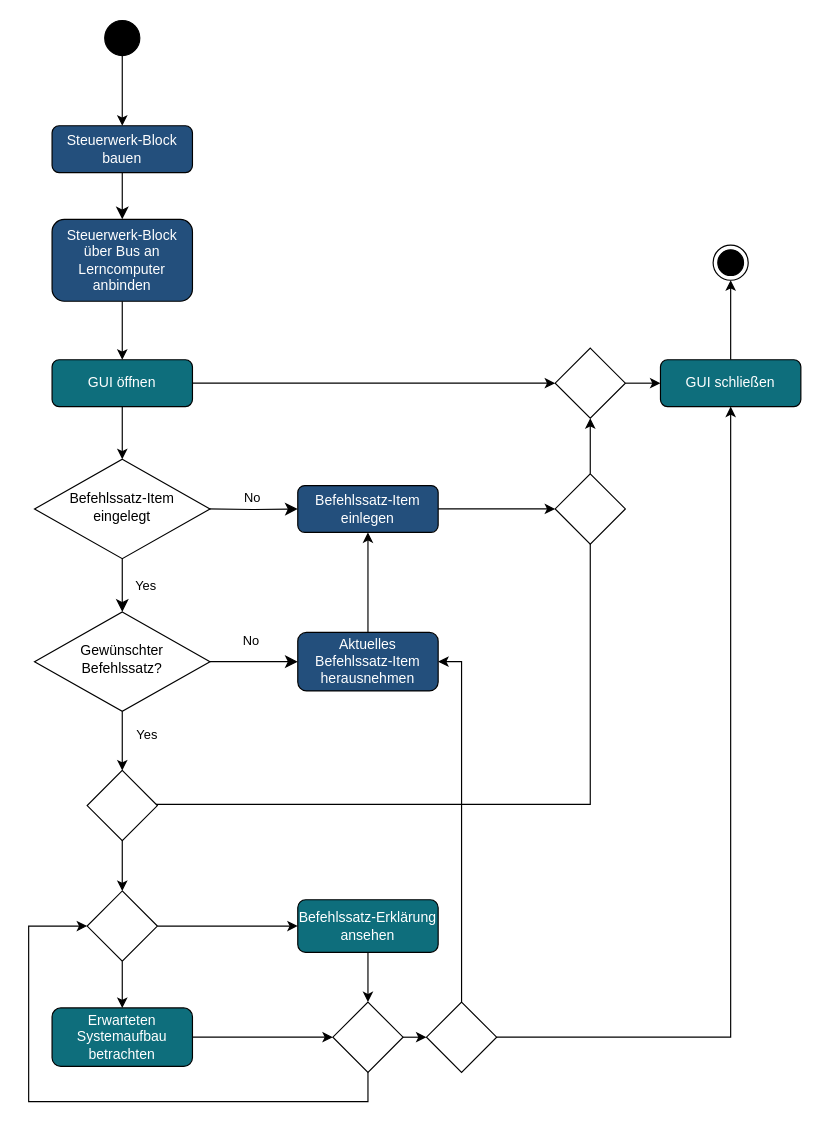
The draw.io diagram AktivitaetsdiagrammSteuerwerk.drawio in LundiNord/RISCJ-Diagramms, before the edit. Source tidied: cells renumbered, new cells numbered last; positions are measured from the earlier drawing's top-left corner, leaving out a move shared by most shapes. Both pictures are drawn from the tidied source at 117%, with x=0, y=0 at pixel (28, 20).
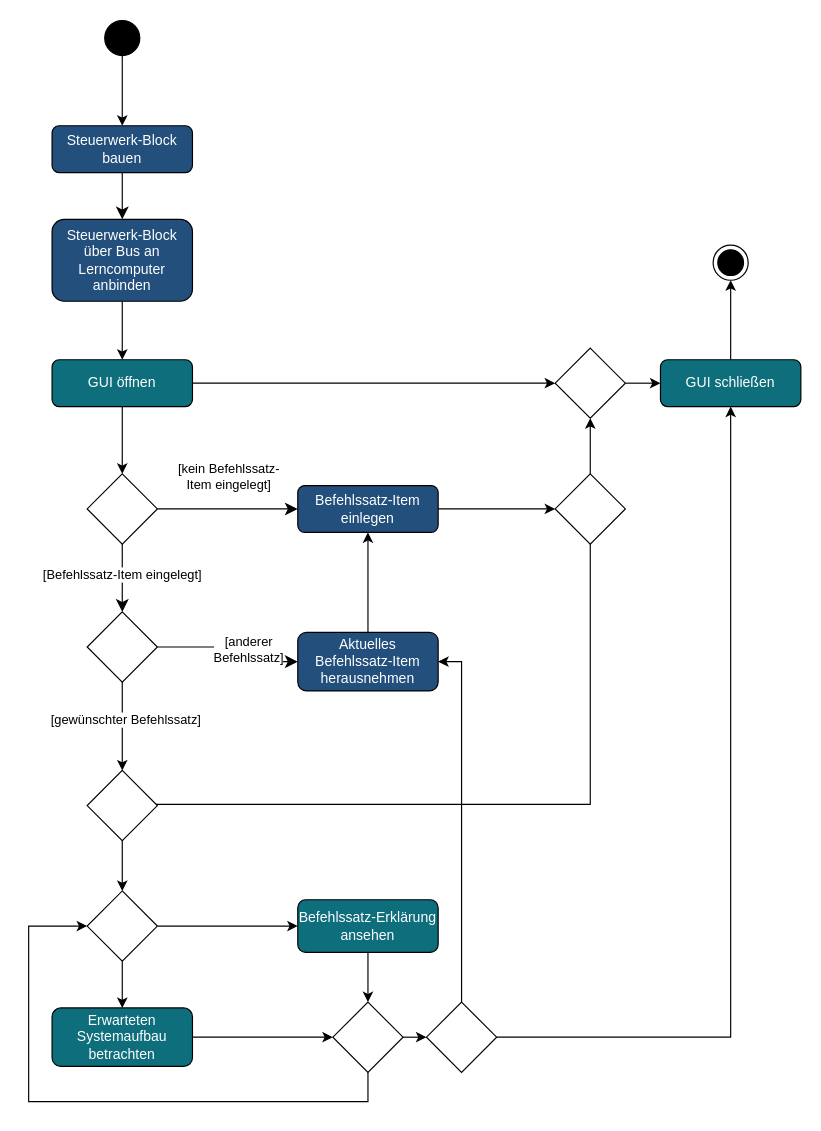
The same page after the edit.

Commit message:
AktivitaetsdiagrammSteuerwerk.drawio aktualisiert, Conditions angepasst

The change refers to these unchanged cells:
```xml
<mxCell id="9" value="Befehlssatz-Item einlegen" style="rounded=1;whiteSpace=wrap;html=1;fontSize=12;glass=0;strokeWidth=1;shadow=0;fontColor=#ffffff;fillColor=#234F7C;" parent="1" vertex="1">
  <mxGeometry x="230" y="397.5" width="120" height="40" as="geometry" />
</mxCell>
<mxCell id="11" style="edgeStyle=orthogonalEdgeStyle;rounded=0;jettySize=auto;html=1;" parent="1" edge="1" source="13" target="43">
  <mxGeometry relative="1" as="geometry" />
</mxCell>
<mxCell id="15" value="Aktuelles Befehlssatz-Item herausnehmen" style="rounded=1;whiteSpace=wrap;html=1;fontSize=12;glass=0;strokeWidth=1;shadow=0;fontColor=#ffffff;fillColor=#234F7C;" parent="1" vertex="1">
  <mxGeometry x="230" y="523" width="120" height="50" as="geometry" />
</mxCell>
```

What changed in the source:
```diff
@@
-    <mxCell id="4" value="Yes" style="rounded=0;html=1;jettySize=auto;fontSize=11;endArrow=classic;endFill=1;endSize=8;strokeWidth=1;shadow=0;labelBackgroundColor=default;edgeStyle=orthogonalEdgeStyle;" parent="1" edge="1" source="6" target="13">
-      <mxGeometry y="20" relative="1" as="geometry" />
+    <mxCell id="4" value="[Befehlssatz-Item eingelegt]" style="rounded=0;html=1;jettySize=auto;fontSize=11;endArrow=classic;endFill=1;endSize=8;strokeWidth=1;shadow=0;labelBackgroundColor=default;edgeStyle=orthogonalEdgeStyle;" parent="1" edge="1" source="6" target="13">
+      <mxGeometry x="-0.12" relative="1" as="geometry" />
     </mxCell>
-    <mxCell id="5" value="No" style="edgeStyle=orthogonalEdgeStyle;rounded=0;html=1;jettySize=auto;fontSize=11;endArrow=classic;endFill=1;endSize=8;strokeWidth=1;shadow=0;labelBackgroundColor=default;" parent="1" edge="1" target="9">
-      <mxGeometry y="10" relative="1" as="geometry">
-        <mxPoint x="152" y="417.5" as="sourcePoint" />
-      </mxGeometry>
+    <mxCell id="5" value="[kein Befehlssatz-&lt;br&gt;Item eingelegt]" style="edgeStyle=orthogonalEdgeStyle;rounded=0;html=1;jettySize=auto;fontSize=11;endArrow=classic;endFill=1;endSize=8;strokeWidth=1;shadow=0;labelBackgroundColor=default;" parent="1" edge="1" source="6" target="9">
+      <mxGeometry x="0.02" y="28" relative="1" as="geometry" />
     </mxCell>
-    <mxCell id="6" value="Befehlssatz-Item eingelegt" style="rhombus;whiteSpace=wrap;html=1;shadow=0;fontFamily=Helvetica;fontSize=12;align=center;strokeWidth=1;spacing=6;spacingTop=-4;" parent="1" vertex="1">
-      <mxGeometry x="5" y="375" width="150" height="85" as="geometry" />
+    <mxCell id="6" style="rhombus;whiteSpace=wrap;html=1;shadow=0;fontFamily=Helvetica;fontSize=12;align=center;strokeWidth=1;spacing=6;spacingTop=-4;" parent="1" vertex="1">
+      <mxGeometry x="50" y="387.5" width="60" height="60" as="geometry" />
     </mxCell>
@@
-    <mxCell id="10" value="No" style="rounded=0;html=1;jettySize=auto;fontSize=11;endArrow=classic;endFill=1;endSize=8;strokeWidth=1;shadow=0;labelBackgroundColor=default;edgeStyle=orthogonalEdgeStyle;" parent="1" edge="1" source="13" target="15">
+    <mxCell id="10" value="[anderer &lt;br&gt;Befehlssatz]" style="rounded=0;html=1;jettySize=auto;fontSize=11;endArrow=classic;endFill=1;endSize=8;strokeWidth=1;shadow=0;labelBackgroundColor=default;edgeStyle=orthogonalEdgeStyle;" parent="1" edge="1" source="13" target="15">
       <mxGeometry x="-0.07" y="18" relative="1" as="geometry" />
     </mxCell>
@@
-    <mxCell id="12" value="Yes&lt;br&gt;" style="edgeLabel;html=1;align=center;verticalAlign=middle;" parent="11" vertex="1">
-      <mxGeometry x="0.08" y="1" relative="1" as="geometry">
-        <mxPoint x="19" y="-7" as="offset" />
-      </mxGeometry>
-    </mxCell>
+    <mxCell id="44" value="[gewünschter Befehlssatz]" style="edgeLabel;html=1;align=center;verticalAlign=middle;" parent="11" vertex="1">
+      <mxGeometry x="-0.15" y="2" relative="1" as="geometry" />
+    </mxCell>
-    <mxCell id="13" value="Gewünschter Befehlssatz?" style="rhombus;whiteSpace=wrap;html=1;shadow=0;fontFamily=Helvetica;fontSize=12;align=center;strokeWidth=1;spacing=6;spacingTop=-4;" parent="1" vertex="1">
-      <mxGeometry x="5" y="505.5" width="150" height="85" as="geometry" />
+    <mxCell id="13" style="rhombus;whiteSpace=wrap;html=1;shadow=0;fontFamily=Helvetica;fontSize=12;align=center;strokeWidth=1;spacing=6;spacingTop=-4;" parent="1" vertex="1">
+      <mxGeometry x="50" y="505.5" width="60" height="60" as="geometry" />
     </mxCell>
```
